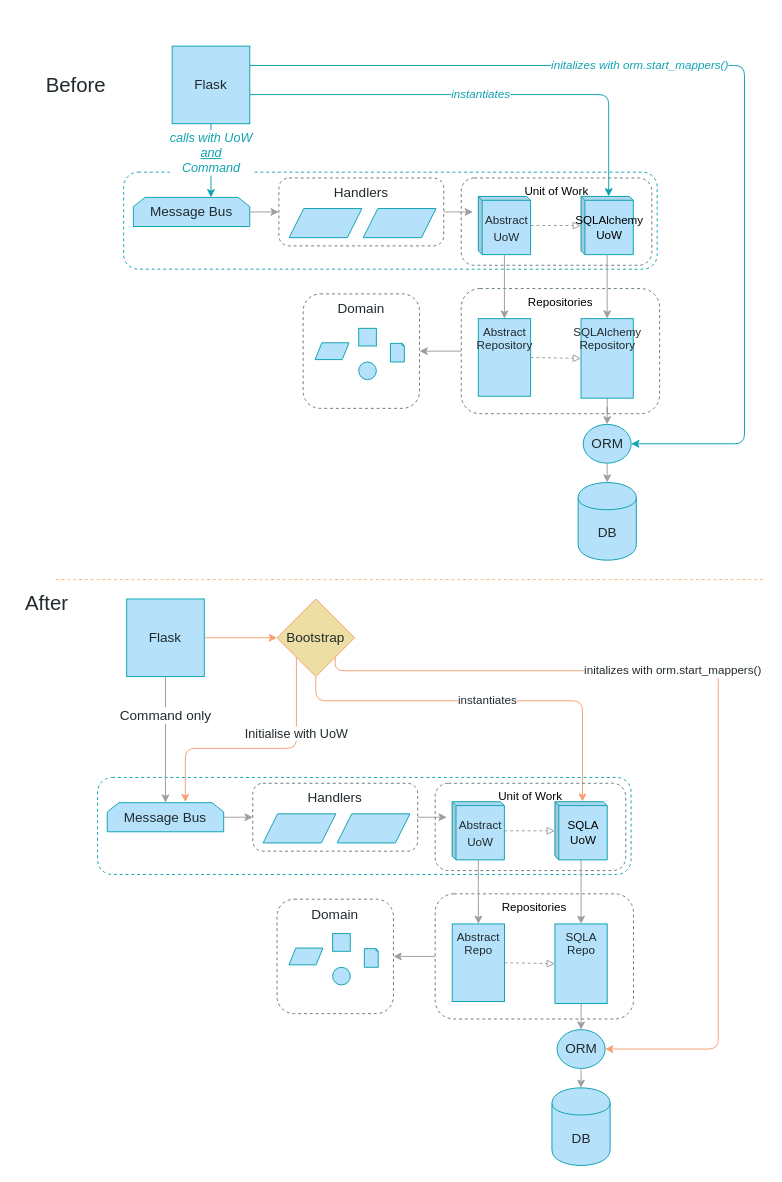
Earlier version of the draw.io diagram page "Chapter 12" (10 of 10) of maps.drawio (cosmicpython/book). Source tidied: cells renumbered, new cells numbered last; positions are measured from the earlier drawing's top-left corner, leaving out a move shared by most shapes. Both pictures are drawn from the tidied source at 97%, with x=0, y=0 at pixel (16, 46).
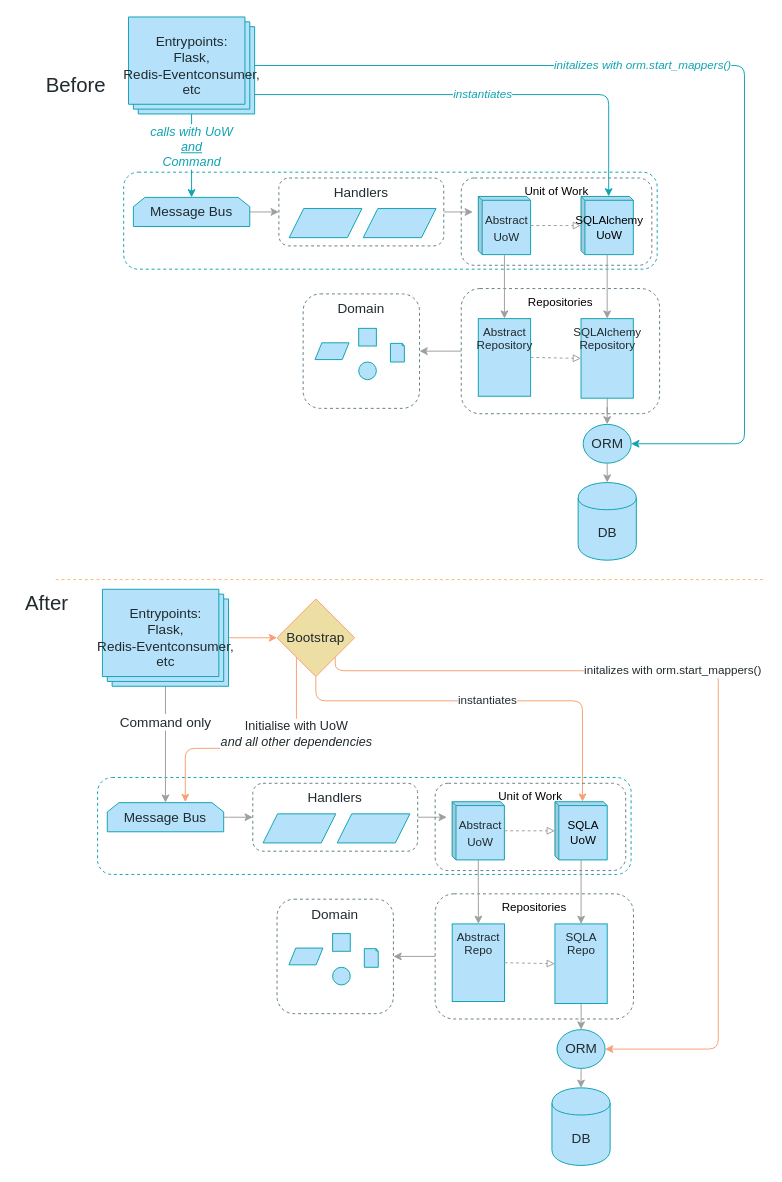
The same diagram, later.

Unchanged cells that the change refers to:
```xml
<mxCell id="6" value="Message Bus" style="shape=loopLimit;whiteSpace=wrap;html=1;fontFamily=Guardian Sans Cond Light;fontSize=14;fontColor=#212A2E;align=center;strokeColor=#0FA3B1;fillColor=#B5E2FA;size=12;gradientColor=none;" parent="1" vertex="1">
  <mxGeometry x="120" y="156" width="120" height="30" as="geometry" />
</mxCell>
<mxCell id="43" value="Message Bus" style="shape=loopLimit;whiteSpace=wrap;html=1;fontFamily=Guardian Sans Cond Light;fontSize=14;fontColor=#212A2E;align=center;strokeColor=#0FA3B1;fillColor=#B5E2FA;size=12;gradientColor=none;" parent="1" vertex="1">
  <mxGeometry x="93.1" y="780" width="120" height="30" as="geometry" />
</mxCell>
<mxCell id="77" value="Bootstrap" style="rhombus;whiteSpace=wrap;html=1;rounded=0;shadow=0;glass=0;comic=0;strokeColor=#F7A072;fillColor=#EDDEA4;gradientColor=none;fontFamily=Guardian Sans Cond Light;fontSize=14;fontColor=#212A2E;align=center;" parent="1" vertex="1">
  <mxGeometry x="268.1" y="570" width="80" height="80" as="geometry" />
</mxCell>
```

Diff of the diagram source:
```diff
@@
-    <mxCell id="3" value="calls with UoW&lt;br&gt;&lt;u&gt;and&lt;/u&gt;&lt;br&gt;Command" style="edgeStyle=orthogonalEdgeStyle;jettySize=auto;html=1;strokeColor=#0FA3B1;fillColor=#B5E2FA;fontFamily=Guardian Sans Cond Light;fontSize=13;fontColor=#0FA3B1;verticalAlign=middle;exitX=0.5;exitY=1;exitDx=0;exitDy=0;fontStyle=2;" parent="1" edge="1" source="5">
+    <mxCell id="3" value="calls with UoW&lt;br&gt;&lt;u&gt;and&lt;/u&gt;&lt;br&gt;Command" style="edgeStyle=orthogonalEdgeStyle;jettySize=auto;html=1;strokeColor=#0FA3B1;fillColor=#B5E2FA;fontFamily=Guardian Sans Cond Light;fontSize=13;fontColor=#0FA3B1;verticalAlign=middle;exitX=0.5;exitY=1;exitDx=0;exitDy=0;fontStyle=2;entryX=0.5;entryY=0;entryDx=0;entryDy=0;" parent="1" edge="1" source="5" target="6">
       <mxGeometry x="-0.22" relative="1" as="geometry">
-        <mxPoint x="200" y="156" as="targetPoint" />
         <Array as="points">
-          <mxPoint x="200" y="100" />
+          <mxPoint x="180" y="70" />
         </Array>
       </mxGeometry>
     </mxCell>
@@
-    <mxCell id="5" value="Flask" style="whiteSpace=wrap;html=1;strokeColor=#0FA3B1;fillColor=#B5E2FA;gradientColor=none;fontFamily=Guardian Sans Cond Light;fontSize=14;fontColor=#212A2E;" parent="1" vertex="1">
-      <mxGeometry x="160" width="80" height="80" as="geometry" />
+    <mxCell id="5" value="Entrypoints: &lt;br&gt;&lt;div&gt;Flask, &lt;br&gt;&lt;/div&gt;&lt;div&gt;Redis-Eventconsumer,&lt;/div&gt;&lt;div&gt; etc&lt;br&gt;&lt;/div&gt;" style="verticalLabelPosition=middle;verticalAlign=middle;html=1;shape=mxgraph.basic.layered_rect;dx=10;outlineConnect=0;fontFamily=Guardian Sans Cond Light;fontSize=14;fontColor=#212A2E;align=center;strokeColor=#0FA3B1;fillColor=#B5E2FA;labelPosition=center;" parent="1" vertex="1">
+      <mxGeometry x="115" y="-30" width="130" height="100" as="geometry" />
     </mxCell>
@@
-    <mxCell id="38" value="Initialise with UoW" style="edgeStyle=orthogonalEdgeStyle;jettySize=auto;html=1;strokeColor=#F7A072;fillColor=#B5E2FA;fontFamily=Guardian Sans Cond Light;fontSize=13;fontColor=#212A2E;verticalAlign=middle;exitX=0;exitY=1;exitDx=0;exitDy=0;" parent="1" edge="1" source="77">
+    <mxCell id="38" value="Initialise with UoW&lt;br&gt;&lt;i&gt;and all other dependencies&lt;/i&gt;" style="edgeStyle=orthogonalEdgeStyle;jettySize=auto;html=1;strokeColor=#F7A072;fillColor=#B5E2FA;fontFamily=Guardian Sans Cond Light;fontSize=13;fontColor=#212A2E;verticalAlign=middle;exitX=0;exitY=1;exitDx=0;exitDy=0;" parent="1" edge="1" source="77">
       <mxGeometry x="-0.4" relative="1" as="geometry">
         <mxPoint x="173.5" y="779.4" as="targetPoint" />
         <Array as="points">
           <mxPoint x="288" y="724" />
           <mxPoint x="174" y="724" />
         </Array>
       </mxGeometry>
     </mxCell>
@@
-    <mxCell id="40" style="edgeStyle=orthogonalEdgeStyle;jettySize=auto;html=1;strokeColor=#F7A072;fillColor=#B5E2FA;fontFamily=Guardian Sans Cond Light;fontSize=14;fontColor=#212A2E;" parent="1" edge="1" source="42" target="77">
+    <mxCell id="40" style="edgeStyle=orthogonalEdgeStyle;jettySize=auto;html=1;strokeColor=#F7A072;fillColor=#B5E2FA;fontFamily=Guardian Sans Cond Light;fontSize=14;fontColor=#212A2E;" parent="1" edge="1" source="78" target="77">
       <mxGeometry relative="1" as="geometry" />
     </mxCell>
-    <mxCell id="41" value="Command only" style="edgeStyle=orthogonalEdgeStyle;jettySize=auto;html=1;strokeColor=#9E9E9E;fillColor=#B5E2FA;fontFamily=Guardian Sans Cond Light;fontSize=14;fontColor=#212A2E;" parent="1" edge="1" source="42" target="43">
+    <mxCell id="41" value="Command only" style="edgeStyle=orthogonalEdgeStyle;jettySize=auto;html=1;strokeColor=#9E9E9E;fillColor=#B5E2FA;fontFamily=Guardian Sans Cond Light;fontSize=14;fontColor=#212A2E;" parent="1" edge="1" source="78" target="43">
       <mxGeometry x="-0.38" relative="1" as="geometry" />
     </mxCell>
-    <mxCell id="42" value="Flask" style="whiteSpace=wrap;html=1;strokeColor=#0FA3B1;fillColor=#B5E2FA;gradientColor=none;fontFamily=Guardian Sans Cond Light;fontSize=14;fontColor=#212A2E;" parent="1" vertex="1">
-      <mxGeometry x="113.1" y="570" width="80" height="80" as="geometry" />
-    </mxCell>
@@
+    <mxCell id="78" value="Entrypoints: &lt;br&gt;&lt;div&gt;Flask, &lt;br&gt;&lt;/div&gt;&lt;div&gt;Redis-Eventconsumer,&lt;/div&gt;&lt;div&gt; etc&lt;br&gt;&lt;/div&gt;" style="verticalLabelPosition=middle;verticalAlign=middle;html=1;shape=mxgraph.basic.layered_rect;dx=10;outlineConnect=0;fontFamily=Guardian Sans Cond Light;fontSize=14;fontColor=#212A2E;align=center;strokeColor=#0FA3B1;fillColor=#B5E2FA;labelPosition=center;" parent="1" vertex="1">
+      <mxGeometry x="88.1" y="560" width="130" height="100" as="geometry" />
+    </mxCell>
```
